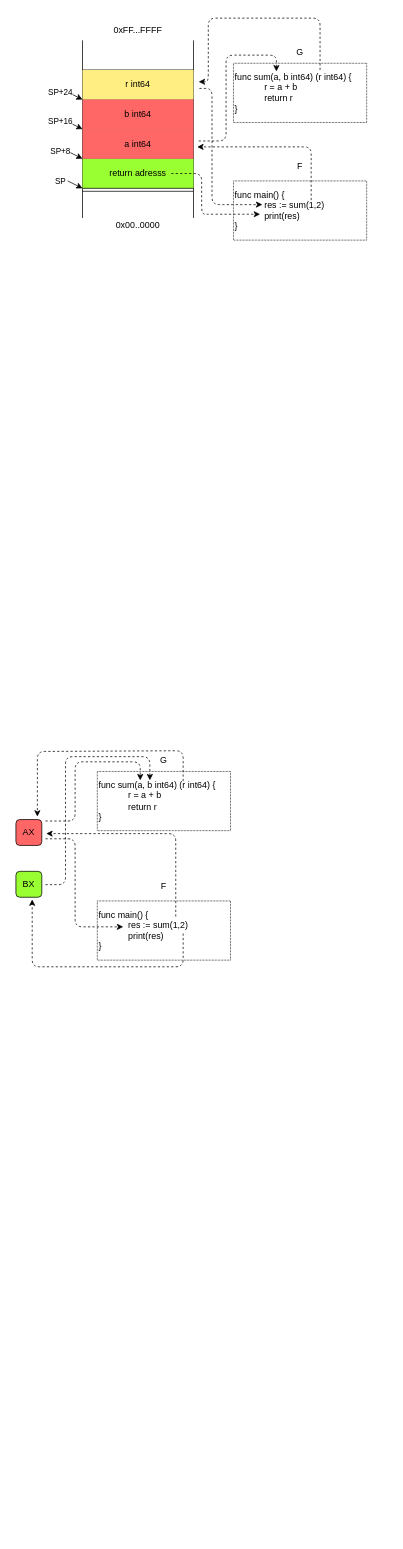
Earlier version of the draw.io diagram Untitled Diagram.drawio (godzie44/drawio-dump). Source tidied: cells renumbered, new cells numbered last; positions are measured from the earlier drawing's top-left corner, leaving out a move shared by most shapes. Both pictures are drawn from the tidied source at 74%, with x=0, y=0 at pixel (16, 18).
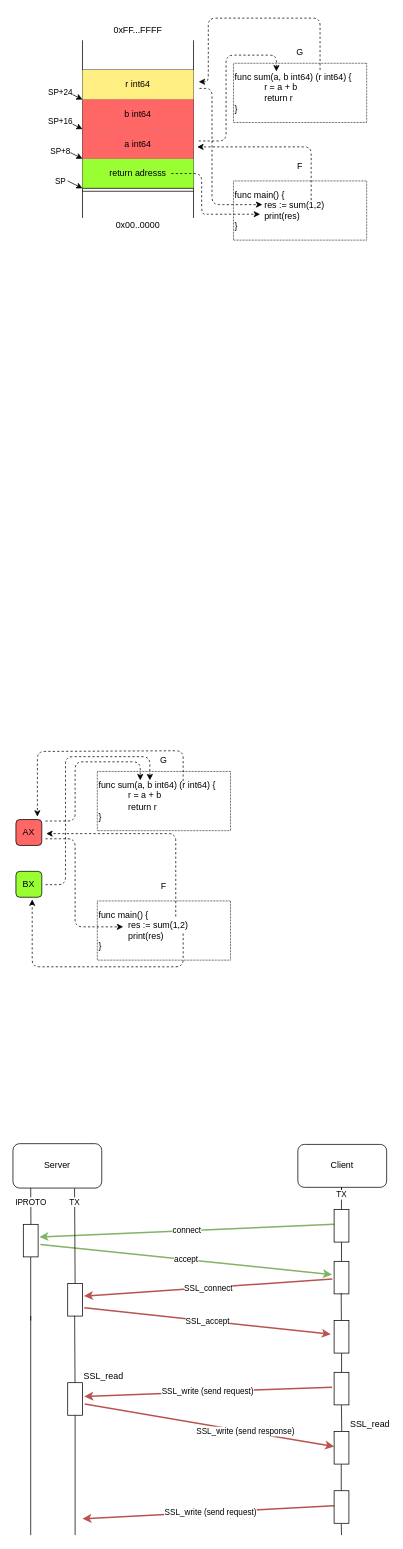
The same diagram, later.

Change to the diagram source:
```diff
@@
+    <mxCell id="40" value="Client" style="rounded=1;whiteSpace=wrap;html=1;" parent="1" vertex="1">
+      <mxGeometry x="381" y="1522" width="120" height="58" as="geometry" />
+    </mxCell>
+    <mxCell id="41" value="Server" style="rounded=1;whiteSpace=wrap;html=1;" parent="1" vertex="1">
+      <mxGeometry x="-4" y="1521" width="120" height="60" as="geometry" />
+    </mxCell>
+    <mxCell id="42" value="TX" style="endArrow=none;html=1;rounded=0;exitX=0.494;exitY=0.005;exitDx=0;exitDy=0;exitPerimeter=0;" parent="1" edge="1" source="63">
+      <mxGeometry x="1" relative="1" as="geometry">
+        <mxPoint x="440" y="1590" as="targetPoint" />
+        <Array as="points">
+          <mxPoint x="440" y="1590" />
+          <mxPoint x="440" y="1580" />
+        </Array>
+      </mxGeometry>
+    </mxCell>
+    <mxCell id="43" value="IPROTO" style="endArrow=none;html=1;rounded=0;" parent="1" edge="1">
+      <mxGeometry x="0.23" relative="1" as="geometry">
+        <mxPoint x="20.3" y="1631" as="sourcePoint" />
+        <mxPoint x="20" y="1581" as="targetPoint" />
+      </mxGeometry>
+    </mxCell>
+    <mxCell id="44" style="endArrow=none;html=1;rounded=0;" parent="1" edge="1">
+      <mxGeometry relative="1" as="geometry">
+        <mxPoint x="440" y="1687" as="sourcePoint" />
+        <mxPoint x="440" y="1646" as="targetPoint" />
+      </mxGeometry>
+    </mxCell>
+    <mxCell id="45" style="endArrow=none;html=1;rounded=0;" parent="1" edge="1" target="46">
+      <mxGeometry relative="1" as="geometry">
+        <mxPoint x="20" y="1760" as="sourcePoint" />
+      </mxGeometry>
+    </mxCell>
+    <mxCell id="46" style="rounded=0;whiteSpace=wrap;html=1;" parent="1" vertex="1">
+      <mxGeometry x="10" y="1630" width="20" height="44" as="geometry" />
+    </mxCell>
+    <mxCell id="47" value="сonnect" style="endArrow=classic;html=1;rounded=0;fillColor=#d5e8d4;strokeColor=#82b366;strokeWidth=2;entryX=1.088;entryY=0.386;entryDx=0;entryDy=0;entryPerimeter=0;exitX=0;exitY=0.455;exitDx=0;exitDy=0;exitPerimeter=0;" parent="1" edge="1" source="63" target="46">
+      <mxGeometry relative="1" as="geometry" />
+    </mxCell>
+    <mxCell id="48" value="accept" style="endArrow=classic;html=1;rounded=0;fillColor=#d5e8d4;strokeColor=#82b366;strokeWidth=2;exitX=1.153;exitY=0.617;exitDx=0;exitDy=0;exitPerimeter=0;entryX=-0.15;entryY=0.408;entryDx=0;entryDy=0;entryPerimeter=0;" parent="1" edge="1" source="46" target="64">
+      <mxGeometry relative="1" as="geometry" />
+    </mxCell>
+    <mxCell id="49" style="endArrow=none;html=1;rounded=0;" parent="1" edge="1">
+      <mxGeometry relative="1" as="geometry">
+        <mxPoint x="20" y="2050" as="sourcePoint" />
+        <mxPoint x="20" y="1754" as="targetPoint" />
+      </mxGeometry>
+    </mxCell>
+    <mxCell id="50" value="SSL_connect" style="endArrow=classic;html=1;rounded=0;fillColor=#f8cecc;strokeColor=#b85450;strokeWidth=2;exitX=-0.122;exitY=0.546;exitDx=0;exitDy=0;exitPerimeter=0;" parent="1" edge="1" source="64">
+      <mxGeometry relative="1" as="geometry">
+        <mxPoint x="92" y="1727" as="targetPoint" />
+      </mxGeometry>
+    </mxCell>
+    <mxCell id="51" style="endArrow=none;html=1;rounded=0;entryX=0.506;entryY=1;entryDx=0;entryDy=0;entryPerimeter=0;exitX=0.503;exitY=-0.003;exitDx=0;exitDy=0;exitPerimeter=0;" parent="1" edge="1" source="67" target="65">
+      <mxGeometry relative="1" as="geometry" />
+    </mxCell>
+    <mxCell id="52" value="SSL_accept" style="endArrow=classic;html=1;rounded=0;fillColor=#f8cecc;strokeColor=#b85450;strokeWidth=2;exitX=1.119;exitY=0.742;exitDx=0;exitDy=0;exitPerimeter=0;entryX=-0.226;entryY=0.421;entryDx=0;entryDy=0;entryPerimeter=0;" parent="1" edge="1" source="59" target="65">
+      <mxGeometry relative="1" as="geometry" />
+    </mxCell>
+    <mxCell id="53" style="endArrow=none;html=1;rounded=0;exitX=0.483;exitY=1;exitDx=0;exitDy=0;exitPerimeter=0;entryX=0.494;entryY=1.013;entryDx=0;entryDy=0;entryPerimeter=0;" parent="1" edge="1" source="70" target="67">
+      <mxGeometry relative="1" as="geometry" />
+    </mxCell>
+    <mxCell id="54" style="endArrow=none;html=1;rounded=0;exitX=0.483;exitY=0.038;exitDx=0;exitDy=0;exitPerimeter=0;entryX=0.517;entryY=-0.006;entryDx=0;entryDy=0;entryPerimeter=0;" parent="1" edge="1" source="71" target="70">
+      <mxGeometry relative="1" as="geometry" />
+    </mxCell>
+    <mxCell id="55" style="endArrow=none;html=1;rounded=0;entryX=0.483;entryY=1.008;entryDx=0;entryDy=0;entryPerimeter=0;" parent="1" edge="1" target="71">
+      <mxGeometry relative="1" as="geometry">
+        <mxPoint x="440" y="2050" as="sourcePoint" />
+      </mxGeometry>
+    </mxCell>
+    <mxCell id="56" value="SSL_write (send request)" style="endArrow=classic;html=1;rounded=0;fillColor=#f8cecc;strokeColor=#b85450;strokeWidth=2;exitX=-0.136;exitY=0.455;exitDx=0;exitDy=0;exitPerimeter=0;entryX=-0.121;entryY=0.578;entryDx=0;entryDy=0;entryPerimeter=0;" parent="1" edge="1" source="67" target="62">
+      <mxGeometry relative="1" as="geometry" />
+    </mxCell>
+    <mxCell id="57" value="SSL_write (send request)" style="endArrow=classic;html=1;rounded=0;fillColor=#f8cecc;strokeColor=#b85450;strokeWidth=2;" parent="1" edge="1">
+      <mxGeometry relative="1" as="geometry">
+        <mxPoint x="436" y="2010" as="sourcePoint" />
+        <mxPoint x="90" y="2028" as="targetPoint" />
+      </mxGeometry>
+    </mxCell>
+    <mxCell id="58" value="TX" style="endArrow=none;html=1;rounded=0;exitX=0.5;exitY=0;exitDx=0;exitDy=0;exitPerimeter=0;entryX=0.694;entryY=1.007;entryDx=0;entryDy=0;entryPerimeter=0;" parent="1" edge="1" source="59" target="41">
+      <mxGeometry x="0.71" relative="1" as="geometry" />
+    </mxCell>
+    <mxCell id="59" style="rounded=0;whiteSpace=wrap;html=1;" parent="1" vertex="1">
+      <mxGeometry x="70" y="1710" width="20" height="44" as="geometry" />
+    </mxCell>
+    <mxCell id="60" style="endArrow=none;html=1;rounded=0;entryX=0.469;entryY=0.992;entryDx=0;entryDy=0;entryPerimeter=0;" parent="1" edge="1" source="62" target="59">
+      <mxGeometry relative="1" as="geometry" />
+    </mxCell>
+    <mxCell id="61" style="endArrow=none;html=1;rounded=0;" parent="1" edge="1" target="62">
+      <mxGeometry relative="1" as="geometry">
+        <mxPoint x="80" y="2050" as="sourcePoint" />
+      </mxGeometry>
+    </mxCell>
+    <mxCell id="62" value="SSL_read" style="rounded=0;whiteSpace=wrap;html=1;direction=west;align=left;verticalAlign=bottom;labelPosition=right;verticalLabelPosition=top;" parent="1" vertex="1">
+      <mxGeometry x="70" y="1844" width="20" height="44" as="geometry" />
+    </mxCell>
+    <mxCell id="63" style="rounded=0;whiteSpace=wrap;html=1;" parent="1" vertex="1">
+      <mxGeometry x="430" y="1610" width="20" height="44" as="geometry" />
+    </mxCell>
+    <mxCell id="64" style="rounded=0;whiteSpace=wrap;html=1;" parent="1" vertex="1">
+      <mxGeometry x="430" y="1680" width="20" height="44" as="geometry" />
+    </mxCell>
+    <mxCell id="65" style="rounded=0;whiteSpace=wrap;html=1;" parent="1" vertex="1">
+      <mxGeometry x="430" y="1760" width="20" height="44" as="geometry" />
+    </mxCell>
+    <mxCell id="66" style="endArrow=none;html=1;rounded=0;entryX=0.478;entryY=0.974;entryDx=0;entryDy=0;entryPerimeter=0;" parent="1" edge="1" source="65" target="64">
+      <mxGeometry relative="1" as="geometry" />
+    </mxCell>
+    <mxCell id="67" style="rounded=0;whiteSpace=wrap;html=1;" parent="1" vertex="1">
+      <mxGeometry x="430" y="1830" width="20" height="44" as="geometry" />
+    </mxCell>
+    <mxCell id="68" style="endArrow=classic;html=1;rounded=0;fillColor=#f8cecc;strokeColor=#b85450;strokeWidth=2;exitX=-0.15;exitY=0.344;exitDx=0;exitDy=0;exitPerimeter=0;" parent="1" edge="1" source="62" target="70">
+      <mxGeometry relative="1" as="geometry" />
+    </mxCell>
+    <mxCell id="69" value="SSL_write (send response)" style="edgeLabel;html=1;align=center;verticalAlign=middle;" parent="68" vertex="1">
+      <mxGeometry x="0.29" relative="1" as="geometry" />
+    </mxCell>
+    <mxCell id="70" value="SSL_read" style="rounded=0;whiteSpace=wrap;html=1;direction=west;align=left;verticalAlign=bottom;labelPosition=right;verticalLabelPosition=top;" parent="1" vertex="1">
+      <mxGeometry x="430" y="1910" width="20" height="44" as="geometry" />
+    </mxCell>
+    <mxCell id="71" style="rounded=0;whiteSpace=wrap;html=1;" parent="1" vertex="1">
+      <mxGeometry x="430" y="1990" width="20" height="44" as="geometry" />
+    </mxCell>
```
